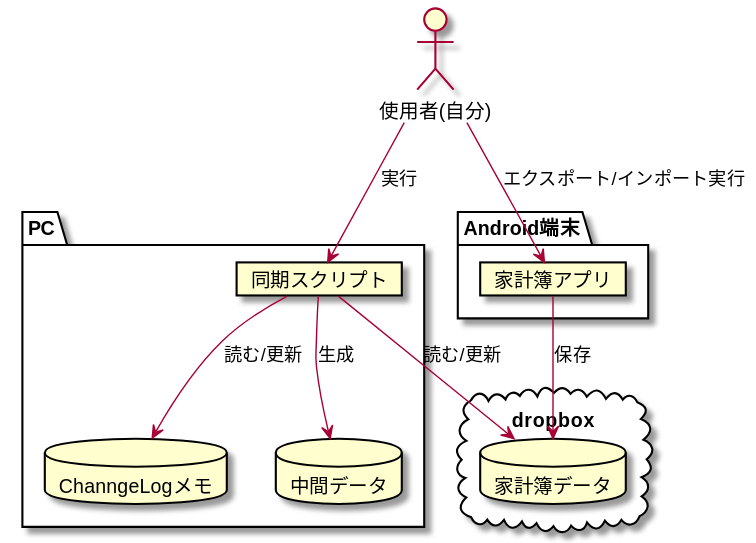
The PlantUML diagram doc/img/overview.svg in ampmmn/syncKakeibo, before a commit. Source of this version:
```plantuml
@startuml{overview.svg}

package PC {

card "同期スクリプト" as script

database "ChanngeLogメモ" as clmemo

database "中間データ" as intermadiatedata

}

cloud dropbox {

database "家計簿データ" as kakeibodata

}


package Android端末 {

card "家計簿アプリ" as app

}
actor "使用者(自分)" as user



user -ri-> app : エクスポート/インポート実行
app --> kakeibodata : 保存

user --> script : 実行

script --> clmemo : 読む/更新
script --> kakeibodata : 読む/更新

script --> intermadiatedata : 生成


@enduml
```
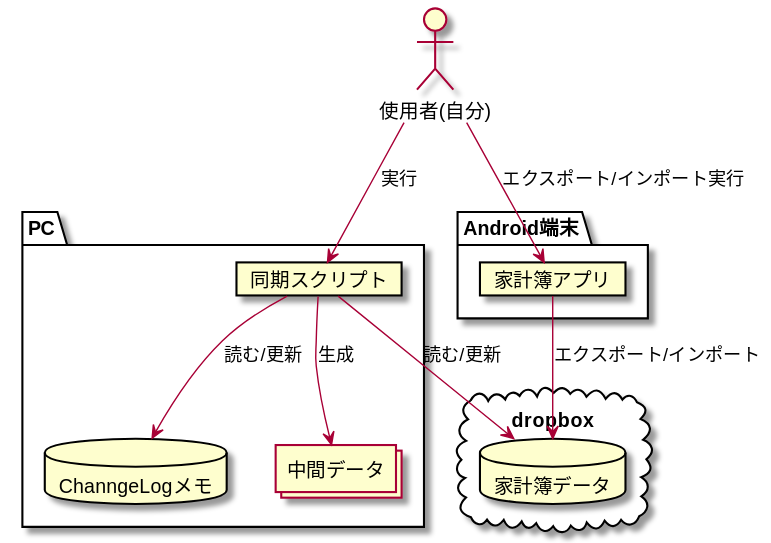
After the commit.

What changed in the source:
```diff
@@ -6,7 +6,7 @@
 
 database "ChanngeLogメモ" as clmemo
 
-database "中間データ" as intermadiatedata
+collections "中間データ" as intermadiatedata
 
 }
 
@@ -27,7 +27,7 @@
 
 
 user -ri-> app : エクスポート/インポート実行
-app --> kakeibodata : 保存
+app --> kakeibodata : エクスポート/インポート
 
 user --> script : 実行
 
```
